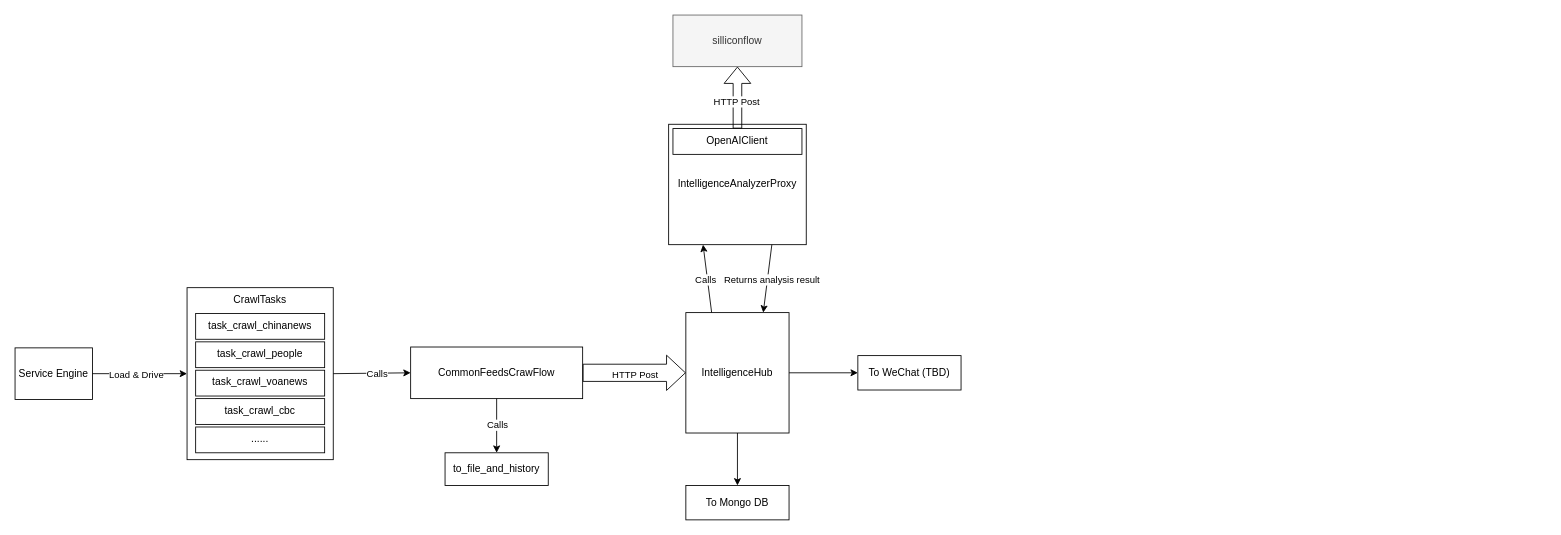
Earlier version of the draw.io diagram doc/IIS_Diagram.drawio (pooneyy/IntelligenceIntegrationSystem). Source tidied: cells renumbered, new cells numbered last; positions are measured from the earlier drawing's top-left corner, leaving out a move shared by most shapes. Both pictures are drawn from the tidied source at 86%, with x=0, y=0 at pixel (15, 15).
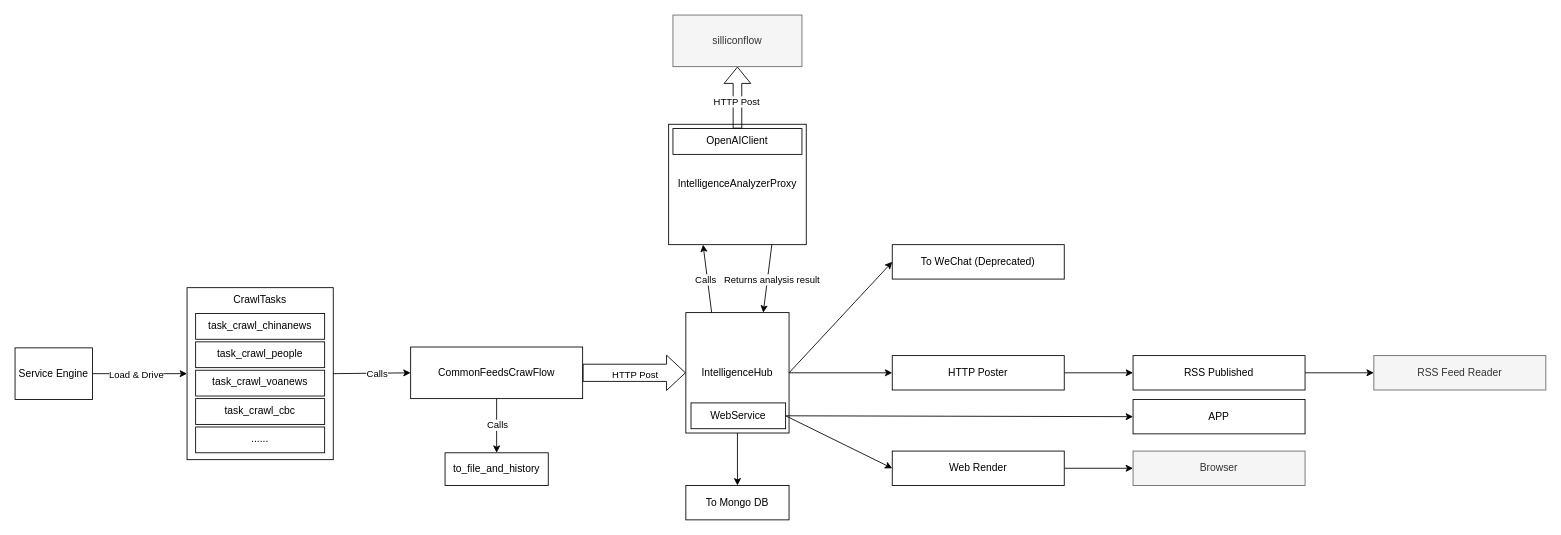
Above is the later version.

The change refers to these unchanged cells:
```xml
<mxCell id="2" value="IntelligenceHub" style="rounded=0;whiteSpace=wrap;html=1;" parent="1" vertex="1">
  <mxGeometry x="780" y="346" width="120" height="140" as="geometry" />
</mxCell>
```

What changed in the source:
```diff
@@
+    <mxCell id="33" style="rounded=0;jettySize=auto;html=1;entryX=0;entryY=0.5;entryDx=0;entryDy=0;exitX=1;exitY=0.5;exitDx=0;exitDy=0;" parent="1" edge="1" source="2" target="35">
+      <mxGeometry relative="1" as="geometry" />
+    </mxCell>
@@
-    <mxCell id="29" value="To WeChat (TBD)" style="rounded=0;whiteSpace=wrap;html=1;" parent="1" vertex="1">
-      <mxGeometry x="980" y="396" width="120" height="40" as="geometry" />
+    <mxCell id="29" value="To WeChat (Deprecated)" style="rounded=0;whiteSpace=wrap;html=1;" parent="1" vertex="1">
+      <mxGeometry x="1020" y="267" width="200" height="40" as="geometry" />
     </mxCell>
@@
+    <mxCell id="34" style="edgeStyle=orthogonalEdgeStyle;rounded=0;jettySize=auto;html=1;" parent="1" edge="1" source="35" target="36">
+      <mxGeometry relative="1" as="geometry" />
+    </mxCell>
+    <mxCell id="35" value="HTTP Poster" style="rounded=0;whiteSpace=wrap;html=1;" parent="1" vertex="1">
+      <mxGeometry x="1020" y="396" width="200" height="40" as="geometry" />
+    </mxCell>
+    <mxCell id="36" value="RSS Published" style="rounded=0;whiteSpace=wrap;html=1;" parent="1" vertex="1">
+      <mxGeometry x="1300" y="396" width="200" height="40" as="geometry" />
+    </mxCell>
+    <mxCell id="37" style="rounded=0;jettySize=auto;html=1;entryX=0;entryY=0.5;entryDx=0;entryDy=0;exitX=1;exitY=0.5;exitDx=0;exitDy=0;" parent="1" edge="1" source="38" target="40">
+      <mxGeometry relative="1" as="geometry" />
+    </mxCell>
+    <mxCell id="38" value="WebService" style="rounded=0;whiteSpace=wrap;html=1;" parent="1" vertex="1">
+      <mxGeometry x="786" y="451" width="110" height="30" as="geometry" />
+    </mxCell>
+    <mxCell id="39" style="rounded=0;jettySize=auto;html=1;entryX=0;entryY=0.5;entryDx=0;entryDy=0;exitX=1;exitY=0.5;exitDx=0;exitDy=0;" parent="1" edge="1" source="40" target="41">
+      <mxGeometry relative="1" as="geometry" />
+    </mxCell>
+    <mxCell id="40" value="Web Render" style="rounded=0;whiteSpace=wrap;html=1;" parent="1" vertex="1">
+      <mxGeometry x="1020" y="507" width="200" height="40" as="geometry" />
+    </mxCell>
+    <mxCell id="41" value="Browser" style="rounded=0;whiteSpace=wrap;html=1;fillColor=#f5f5f5;fontColor=#333333;strokeColor=#666666;" parent="1" vertex="1">
+      <mxGeometry x="1300" y="507" width="200" height="40" as="geometry" />
+    </mxCell>
+    <mxCell id="42" value="APP" style="rounded=0;whiteSpace=wrap;html=1;" parent="1" vertex="1">
+      <mxGeometry x="1300" y="447" width="200" height="40" as="geometry" />
+    </mxCell>
+    <mxCell id="43" style="rounded=0;jettySize=auto;html=1;entryX=0;entryY=0.5;entryDx=0;entryDy=0;exitX=1;exitY=0.5;exitDx=0;exitDy=0;" parent="1" edge="1" source="38" target="42">
+      <mxGeometry relative="1" as="geometry" />
+    </mxCell>
+    <mxCell id="44" value="RSS Feed Reader" style="rounded=0;whiteSpace=wrap;html=1;fillColor=#f5f5f5;fontColor=#333333;strokeColor=#666666;" parent="1" vertex="1">
+      <mxGeometry x="1580" y="396" width="200" height="40" as="geometry" />
+    </mxCell>
+    <mxCell id="45" style="rounded=0;jettySize=auto;html=1;entryX=0;entryY=0.5;entryDx=0;entryDy=0;exitX=1;exitY=0.5;exitDx=0;exitDy=0;" parent="1" edge="1" source="36" target="44">
+      <mxGeometry relative="1" as="geometry" />
+    </mxCell>
```
